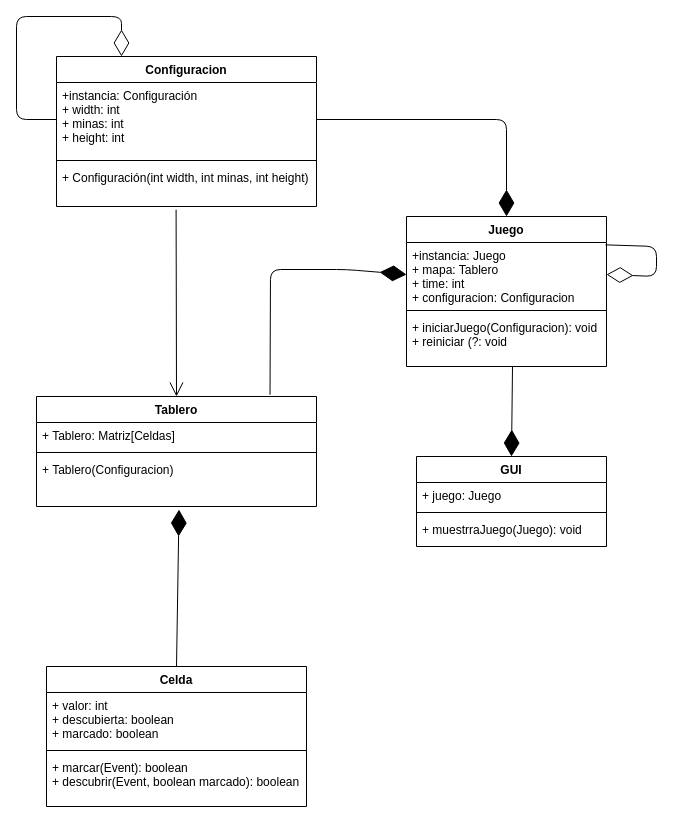
The draw.io diagram diagrams/diagramaClases.drawio in Paskiben/Tarea-INFO229, before the edit. Source tidied: cells renumbered, new cells numbered last; positions are measured from the earlier drawing's top-left corner, leaving out a move shared by most shapes. Both pictures are drawn from the tidied source at 100%, with x=0, y=0 at pixel (16, 16).
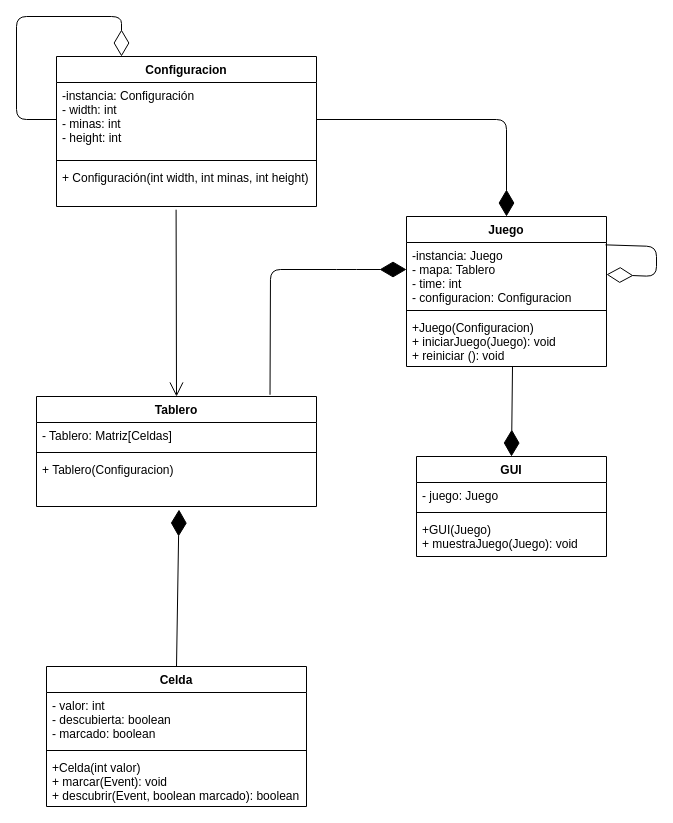
After the change.

Commit message (it also covers changes not shown here):
Terminado setEnv, Celdas, Configuracion y inicio tablero

Unchanged cells that the change refers to:
```xml
<mxCell id="2" value="Celda" style="swimlane;fontStyle=1;align=center;verticalAlign=top;horizontal=1;startSize=26;" parent="1" vertex="1">
  <mxGeometry x="30" y="650" width="260" height="140" as="geometry" />
</mxCell>
<mxCell id="10" value="Juego" style="swimlane;fontStyle=1;align=center;verticalAlign=top;horizontal=1;startSize=26;" parent="1" vertex="1">
  <mxGeometry x="390" y="200" width="200" height="150" as="geometry" />
</mxCell>
<mxCell id="15" value="Tablero" style="swimlane;fontStyle=1;align=center;verticalAlign=top;horizontal=1;startSize=26;" parent="1" vertex="1">
  <mxGeometry x="20" y="380" width="280" height="110" as="geometry" />
</mxCell>
<mxCell id="19" value="Configuracion" style="swimlane;fontStyle=1;align=center;verticalAlign=top;horizontal=1;startSize=26;" parent="1" vertex="1">
  <mxGeometry x="40" y="40" width="260" height="150" as="geometry" />
</mxCell>
```

Diff of the diagram source:
```diff
@@
-    <mxCell id="3" value="+ valor: int&#10;+ descubierta: boolean&#10;+ marcado: boolean" style="text;strokeColor=none;fillColor=none;align=left;verticalAlign=top;spacingLeft=4;spacingRight=4;overflow=hidden;" parent="2" vertex="1">
+    <mxCell id="3" value="- valor: int&#10;- descubierta: boolean&#10;- marcado: boolean" style="text;strokeColor=none;fillColor=none;align=left;verticalAlign=top;spacingLeft=4;spacingRight=4;overflow=hidden;" parent="2" vertex="1">
       <mxGeometry y="26" width="260" height="54" as="geometry" />
     </mxCell>
@@
-    <mxCell id="5" value="+ marcar(Event): boolean&#10;+ descubrir(Event, boolean marcado): boolean" style="text;strokeColor=none;fillColor=none;align=left;verticalAlign=top;spacingLeft=4;spacingRight=4;overflow=hidden;" parent="2" vertex="1">
+    <mxCell id="5" value="+Celda(int valor)&#10;+ marcar(Event): void&#10;+ descubrir(Event, boolean marcado): boolean" style="text;strokeColor=none;fillColor=none;align=left;verticalAlign=top;spacingLeft=4;spacingRight=4;overflow=hidden;" parent="2" vertex="1">
       <mxGeometry y="88" width="260" height="52" as="geometry" />
     </mxCell>
     <mxCell id="6" value="GUI" style="swimlane;fontStyle=1;align=center;verticalAlign=top;horizontal=1;startSize=26;" parent="1" vertex="1">
-      <mxGeometry x="400" y="440" width="190" height="90" as="geometry" />
+      <mxGeometry x="400" y="440" width="190" height="100" as="geometry" />
     </mxCell>
-    <mxCell id="7" value="+ juego: Juego" style="text;strokeColor=none;fillColor=none;align=left;verticalAlign=top;spacingLeft=4;spacingRight=4;overflow=hidden;" parent="6" vertex="1">
+    <mxCell id="7" value="- juego: Juego" style="text;strokeColor=none;fillColor=none;align=left;verticalAlign=top;spacingLeft=4;spacingRight=4;overflow=hidden;" parent="6" vertex="1">
       <mxGeometry y="26" width="190" height="26" as="geometry" />
     </mxCell>
@@
-    <mxCell id="9" value="+ muestrraJuego(Juego): void" style="text;strokeColor=none;fillColor=none;align=left;verticalAlign=top;spacingLeft=4;spacingRight=4;overflow=hidden;" parent="6" vertex="1">
-      <mxGeometry y="60" width="190" height="30" as="geometry" />
+    <mxCell id="9" value="+GUI(Juego)&#10;+ muestraJuego(Juego): void" style="text;strokeColor=none;fillColor=none;align=left;verticalAlign=top;spacingLeft=4;spacingRight=4;overflow=hidden;" parent="6" vertex="1">
+      <mxGeometry y="60" width="190" height="40" as="geometry" />
     </mxCell>
@@
-    <mxCell id="12" value="+instancia: Juego&#10;+ mapa: Tablero&#10;+ time: int&#10;+ configuracion: Configuracion" style="text;strokeColor=none;fillColor=none;align=left;verticalAlign=top;spacingLeft=4;spacingRight=4;overflow=hidden;points=[[0,0.5],[1,0.5]];portConstraint=eastwest;" parent="10" vertex="1">
+    <mxCell id="12" value="-instancia: Juego&#10;- mapa: Tablero&#10;- time: int&#10;- configuracion: Configuracion" style="text;strokeColor=none;fillColor=none;align=left;verticalAlign=top;spacingLeft=4;spacingRight=4;overflow=hidden;points=[[0,0.5],[1,0.5]];portConstraint=eastwest;" parent="10" vertex="1">
       <mxGeometry y="26" width="200" height="64" as="geometry" />
     </mxCell>
@@
-    <mxCell id="14" value="+ iniciarJuego(Configuracion): void&#10;+ reiniciar (?: void" style="text;strokeColor=none;fillColor=none;align=left;verticalAlign=top;spacingLeft=4;spacingRight=4;overflow=hidden;points=[[0,0.5],[1,0.5]];portConstraint=eastwest;" parent="10" vertex="1">
+    <mxCell id="14" value="+Juego(Configuracion)&#10;+ iniciarJuego(Juego): void&#10;+ reiniciar (): void" style="text;strokeColor=none;fillColor=none;align=left;verticalAlign=top;spacingLeft=4;spacingRight=4;overflow=hidden;points=[[0,0.5],[1,0.5]];portConstraint=eastwest;" parent="10" vertex="1">
       <mxGeometry y="98" width="200" height="52" as="geometry" />
     </mxCell>
@@
-    <mxCell id="16" value="+ Tablero: Matriz[Celdas]" style="text;strokeColor=none;fillColor=none;align=left;verticalAlign=top;spacingLeft=4;spacingRight=4;overflow=hidden;" parent="15" vertex="1">
+    <mxCell id="16" value="- Tablero: Matriz[Celdas]" style="text;strokeColor=none;fillColor=none;align=left;verticalAlign=top;spacingLeft=4;spacingRight=4;overflow=hidden;" parent="15" vertex="1">
       <mxGeometry y="26" width="280" height="26" as="geometry" />
     </mxCell>
@@
-    <mxCell id="20" value="+instancia: Configuración&#10;+ width: int&#10;+ minas: int&#10;+ height: int" style="text;strokeColor=none;fillColor=none;align=left;verticalAlign=top;spacingLeft=4;spacingRight=4;overflow=hidden;points=[[0,0.5],[1,0.5]];portConstraint=eastwest;" parent="19" vertex="1">
+    <mxCell id="20" value="-instancia: Configuración&#10;- width: int&#10;- minas: int&#10;- height: int" style="text;strokeColor=none;fillColor=none;align=left;verticalAlign=top;spacingLeft=4;spacingRight=4;overflow=hidden;points=[[0,0.5],[1,0.5]];portConstraint=eastwest;" parent="19" vertex="1">
       <mxGeometry y="26" width="260" height="74" as="geometry" />
     </mxCell>
@@
-    <mxCell id="24" style="endArrow=diamondThin;endFill=1;endSize=24;html=1;exitX=0.834;exitY=-0.016;exitDx=0;exitDy=0;entryX=0;entryY=0.5;entryDx=0;entryDy=0;exitPerimeter=0;" parent="1" edge="1" source="15" target="12">
+    <mxCell id="24" style="endArrow=diamondThin;endFill=1;endSize=24;html=1;exitX=0.834;exitY=-0.016;exitDx=0;exitDy=0;exitPerimeter=0;" parent="1" edge="1" source="15">
       <mxGeometry relative="1" as="geometry">
+        <mxPoint x="390" y="253" as="targetPoint" />
         <Array as="points">
           <mxPoint x="254" y="253" />
           <mxPoint x="330" y="253" />
         </Array>
       </mxGeometry>
     </mxCell>
```
